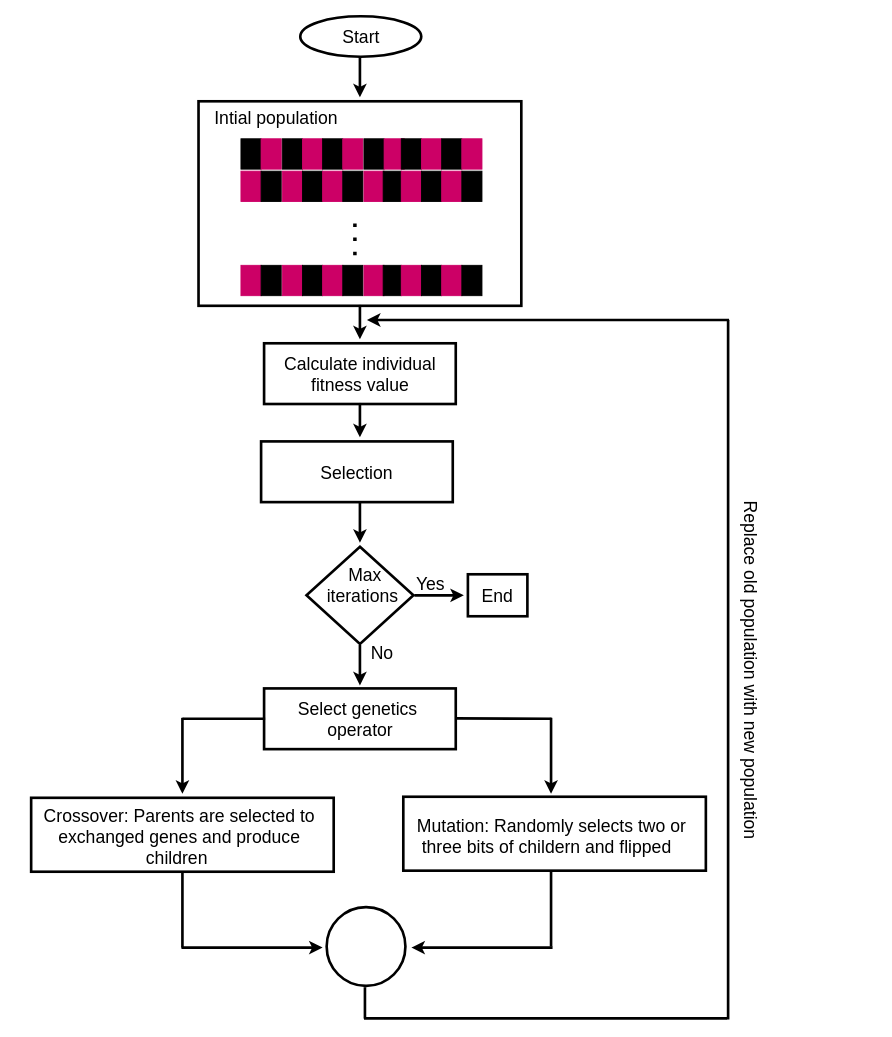
Earlier version of the draw.io diagram Untitled Diagram.drawio (Faisalse/ResearchWork). Source tidied: cells renumbered, new cells numbered last; positions are measured from the earlier drawing's top-left corner, leaving out a move shared by most shapes. Both pictures are drawn from the tidied source at 88%, with x=0, y=0 at pixel (25, 16).
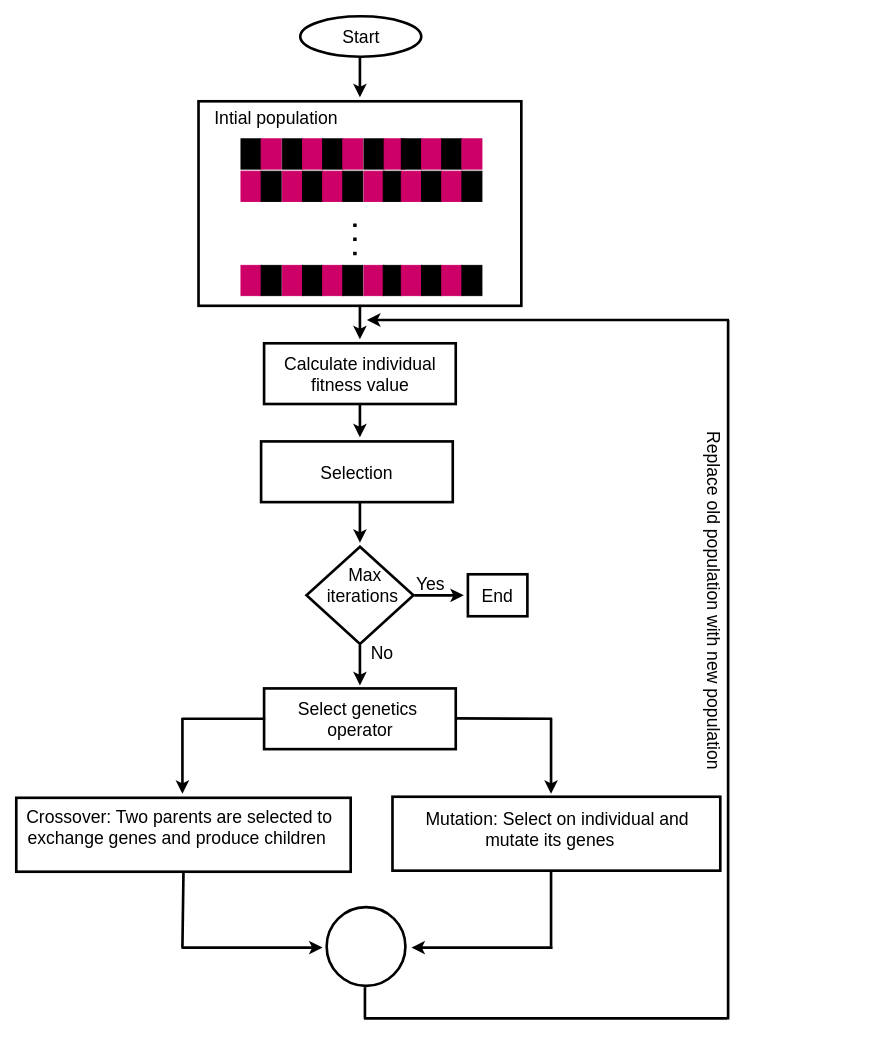
The same page after the edit.

Unchanged cells that the change refers to:
```xml
<mxCell id="2" style="group;fontSize=20;" parent="1" vertex="1">
  <mxGeometry width="968" height="1140" as="geometry" />
</mxCell>
```

What changed in the source:
```diff
@@
     <mxCell id="58" style="group;fontSize=20;" parent="2" vertex="1">
-      <mxGeometry y="888.1" width="350.7" height="84" as="geometry" />
+      <mxGeometry y="888.1" width="370" height="84" as="geometry" />
     </mxCell>
     <mxCell id="59" style="rounded=0;whiteSpace=wrap;html=1;strokeWidth=3;fontSize=20;" parent="58" vertex="1">
-      <mxGeometry x="6.9" width="343.8" height="84" as="geometry" />
+      <mxGeometry x="-10" width="380" height="84" as="geometry" />
     </mxCell>
-    <mxCell id="60" value="&lt;font style=&quot;font-size: 20px;&quot;&gt;&lt;font style=&quot;font-size: 20px;&quot;&gt;Crossover&lt;/font&gt;: Parents are selected to exchanged genes and produce children&lt;/font&gt;&amp;nbsp;" style="text;html=1;strokeColor=none;fillColor=none;align=center;verticalAlign=middle;whiteSpace=wrap;rounded=0;fontSize=20;" parent="58" vertex="1">
-      <mxGeometry y="20.7" width="350.7" height="46" as="geometry" />
+    <mxCell id="60" value="&lt;font style=&quot;font-size: 20px&quot;&gt;&lt;font style=&quot;font-size: 20px&quot;&gt;Crossover&lt;/font&gt;: Two parents are selected to exchange genes and produce children&lt;/font&gt;&amp;nbsp;" style="text;html=1;strokeColor=none;fillColor=none;align=center;verticalAlign=middle;whiteSpace=wrap;rounded=0;fontSize=20;" parent="58" vertex="1">
+      <mxGeometry width="350.7" height="66.7" as="geometry" />
     </mxCell>
     <mxCell id="61" style="group;fontSize=20;" parent="2" vertex="1">
-      <mxGeometry x="422.9" y="886.9" width="350.7" height="84" as="geometry" />
+      <mxGeometry x="410" y="886.9" width="380" height="84" as="geometry" />
     </mxCell>
     <mxCell id="62" style="rounded=0;whiteSpace=wrap;html=1;strokeWidth=3;fontSize=20;" parent="61" vertex="1">
-      <mxGeometry x="6.9" width="343.8" height="84" as="geometry" />
+      <mxGeometry x="7.5" width="372.5" height="84" as="geometry" />
     </mxCell>
-    <mxCell id="63" value="&lt;font style=&quot;font-size: 20px;&quot;&gt;Mutation: Randomly selects two or three bits of childern and flipped&amp;nbsp;&lt;/font&gt;&amp;nbsp;" style="text;html=1;strokeColor=none;fillColor=none;align=center;verticalAlign=middle;whiteSpace=wrap;rounded=0;fontSize=20;" parent="61" vertex="1">
-      <mxGeometry y="20.7" width="350.7" height="46" as="geometry" />
+    <mxCell id="63" value="&lt;font style=&quot;font-size: 20px&quot;&gt;Mutation: Select on individual and &lt;br&gt;mutate its genes&amp;nbsp;&amp;nbsp;&lt;/font&gt;&amp;nbsp;" style="text;html=1;strokeColor=none;fillColor=none;align=center;verticalAlign=middle;whiteSpace=wrap;rounded=0;fontSize=20;" parent="61" vertex="1">
+      <mxGeometry x="10" y="12.7" width="370" height="46" as="geometry" />
     </mxCell>
@@
-    <mxCell id="80" value="&lt;font color=&quot;#000000&quot;&gt;No&lt;/font&gt;" style="text;html=1;strokeColor=none;fillColor=none;align=center;verticalAlign=middle;whiteSpace=wrap;rounded=0;fontColor=#5C5C5C;fontSize=20;" parent="2" vertex="1">
+    <mxCell id="80" value="&lt;font color=&quot;#000000&quot; style=&quot;font-size: 20px;&quot;&gt;No&lt;/font&gt;" style="text;html=1;strokeColor=none;fillColor=none;align=center;verticalAlign=middle;whiteSpace=wrap;rounded=0;fontColor=#5C5C5C;fontSize=20;" parent="2" vertex="1">
       <mxGeometry x="386" y="713.2" width="40" height="20" as="geometry" />
     </mxCell>
-    <mxCell id="81" value="&lt;font color=&quot;#000000&quot;&gt;Replace old population with new population&lt;/font&gt;" style="text;html=1;strokeColor=none;fillColor=none;align=center;verticalAlign=middle;whiteSpace=wrap;rounded=0;fontColor=#5C5C5C;fontSize=20;rotation=90;" parent="2" vertex="1">
-      <mxGeometry x="592" y="733.2" width="466" height="20" as="geometry" />
+    <mxCell id="81" value="&lt;font color=&quot;#000000&quot; style=&quot;font-size: 20px;&quot;&gt;Replace old population with new population&lt;/font&gt;" style="text;html=1;strokeColor=none;fillColor=none;align=center;verticalAlign=middle;whiteSpace=wrap;rounded=0;fontColor=#5C5C5C;fontSize=20;rotation=90;" parent="2" vertex="1">
+      <mxGeometry x="550" y="654.1" width="466" height="20" as="geometry" />
     </mxCell>
```
